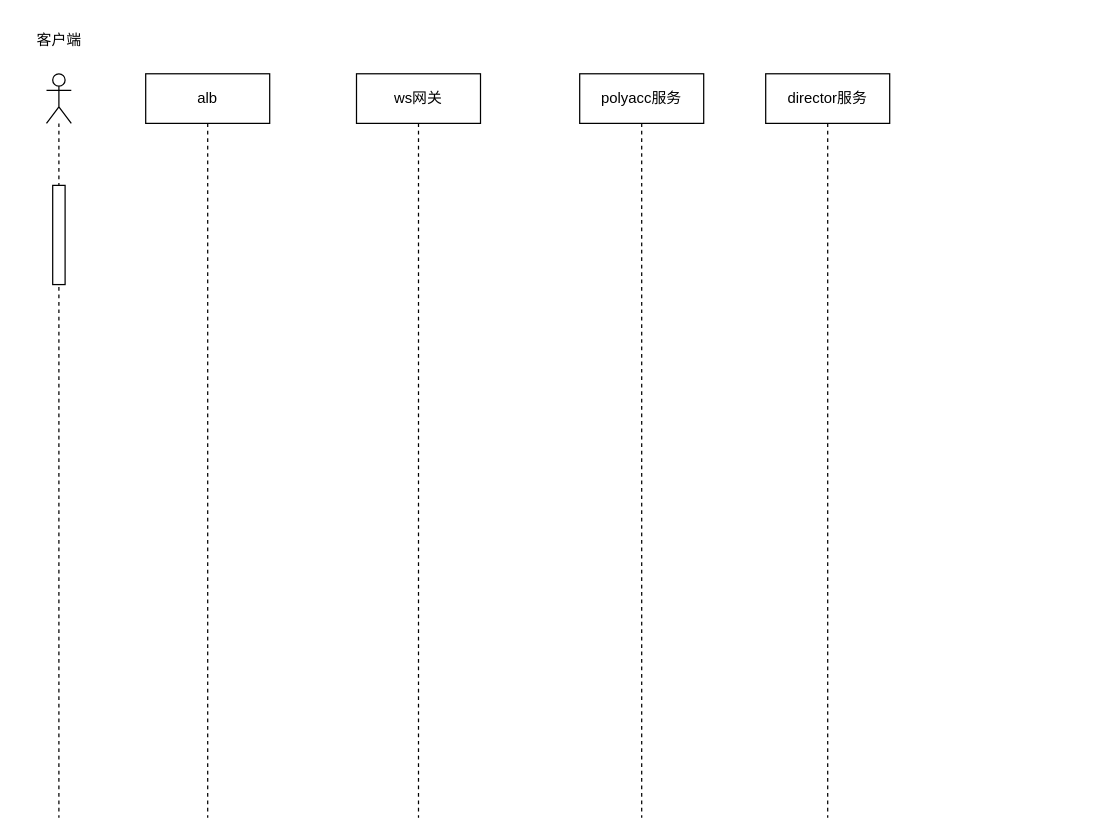
The draw.io diagram 未命名绘图.drawio in haozhi-ly/test, before the edit. Source tidied: cells renumbered, new cells numbered last; positions are measured from the earlier drawing's top-left corner, leaving out a move shared by most shapes. Both pictures are drawn from the tidied source at 124%, with x=0, y=0 at pixel (21, 21).
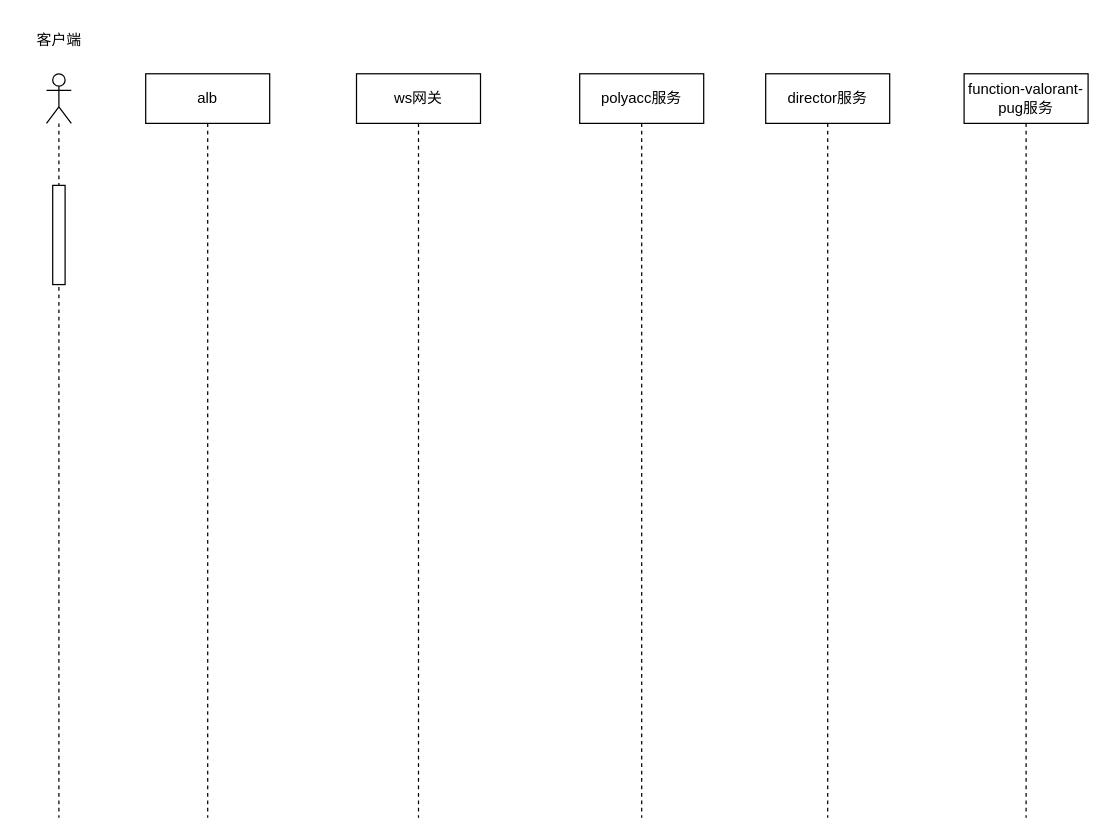
Above is the later version.

Change to the diagram source:
```diff
@@
 <mxGraphModel>
   <root>
     <mxCell id="0" />
     <mxCell id="1" parent="0" />
     <mxCell id="2" style="shape=umlLifeline;perimeter=lifelinePerimeter;whiteSpace=wrap;html=1;newEdgeStyle={&quot;curved&quot;:0,&quot;rounded&quot;:0};participant=umlActor;" parent="1" vertex="1">
       <mxGeometry x="20" y="42" width="20" height="600" as="geometry" />
     </mxCell>
     <mxCell id="3" style="html=1;perimeter=orthogonalPerimeter;targetShapes=umlLifeline;newEdgeStyle={&quot;curved&quot;:0,&quot;rounded&quot;:0};" parent="2" vertex="1">
       <mxGeometry x="5" y="90" width="10" height="80" as="geometry" />
     </mxCell>
     <mxCell id="4" value="客户端" style="text;html=1;align=center;verticalAlign=middle;strokeColor=none;fillColor=none;" parent="1" vertex="1">
       <mxGeometry width="60" height="30" as="geometry" />
     </mxCell>
     <mxCell id="5" value="alb" style="shape=umlLifeline;perimeter=lifelinePerimeter;whiteSpace=wrap;html=1;newEdgeStyle={&quot;curved&quot;:0,&quot;rounded&quot;:0};" parent="1" vertex="1">
       <mxGeometry x="100" y="42" width="100" height="600" as="geometry" />
     </mxCell>
     <mxCell id="6" value="ws网关" style="shape=umlLifeline;perimeter=lifelinePerimeter;whiteSpace=wrap;html=1;newEdgeStyle={&quot;curved&quot;:0,&quot;rounded&quot;:0};" parent="1" vertex="1">
       <mxGeometry x="270" y="42" width="100" height="600" as="geometry" />
     </mxCell>
     <mxCell id="7" value="&lt;span style=&quot;white-space-collapse: preserve; background-color: transparent; color: light-dark(rgb(0, 0, 0), rgb(255, 255, 255));&quot;&gt;polyacc&lt;/span&gt;服务" style="shape=umlLifeline;perimeter=lifelinePerimeter;whiteSpace=wrap;html=1;newEdgeStyle={&quot;curved&quot;:0,&quot;rounded&quot;:0};" parent="1" vertex="1">
       <mxGeometry x="450" y="42" width="100" height="600" as="geometry" />
     </mxCell>
     <mxCell id="8" value="&lt;span style=&quot;white-space-collapse: preserve;&quot;&gt;director服务&lt;/span&gt;" style="shape=umlLifeline;perimeter=lifelinePerimeter;whiteSpace=wrap;html=1;newEdgeStyle={&quot;curved&quot;:0,&quot;rounded&quot;:0};" parent="1" vertex="1">
       <mxGeometry x="600" y="42" width="100" height="600" as="geometry" />
     </mxCell>
+    <mxCell id="9" value="&lt;div style=&quot;white-space-collapse: preserve;&quot;&gt;function-valorant-pug服务&lt;/div&gt;" style="shape=umlLifeline;perimeter=lifelinePerimeter;whiteSpace=wrap;html=1;newEdgeStyle={&quot;curved&quot;:0,&quot;rounded&quot;:0};" parent="1" vertex="1">
+      <mxGeometry x="760" y="42" width="100" height="600" as="geometry" />
+    </mxCell>
   </root>
 </mxGraphModel>
```
